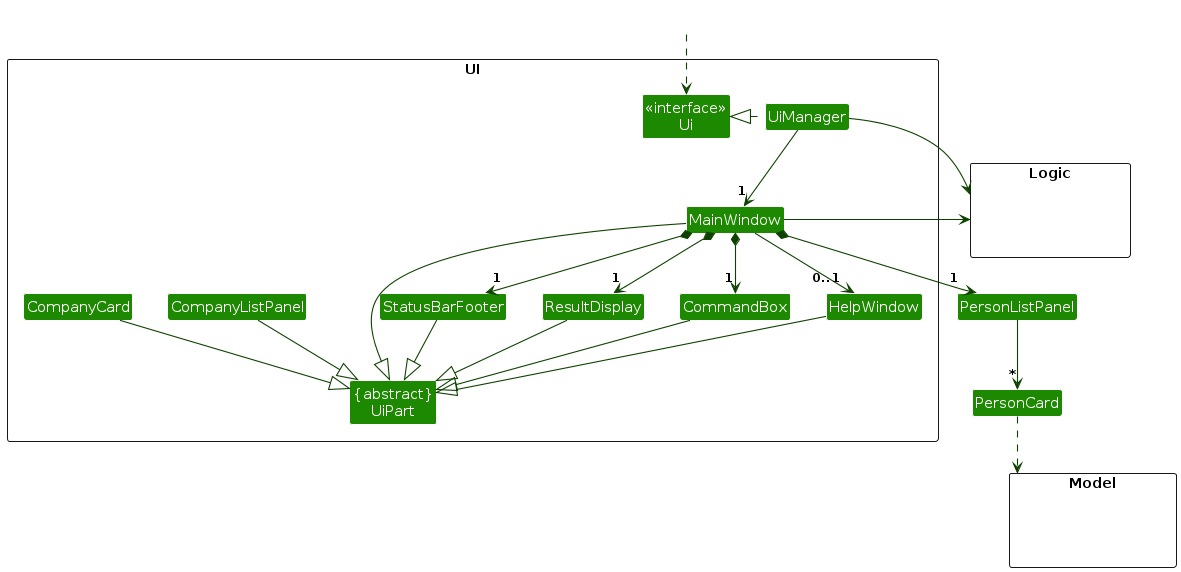
Above: diagrams/UiClassDiagram.png in AY2425S1-CS2103T-F10-4/tp (PlantUML), before the change. Its source is kept beside it as diagrams/UiClassDiagram.puml. Its diagram source:
```plantuml
@startuml
!include style.puml
skinparam arrowThickness 1.1
skinparam arrowColor UI_COLOR_T4
skinparam classBackgroundColor UI_COLOR

package UI <<Rectangle>>{
Class "<<interface>>\nUi" as Ui
Class "{abstract}\nUiPart" as UiPart
Class UiManager
Class MainWindow
Class HelpWindow
Class ResultDisplay
Class CompanyListPanel
Class CompanyCard
Class StatusBarFooter
Class CommandBox
}

package Model <<Rectangle>> {
Class HiddenModel #FFFFFF
}

package Logic <<Rectangle>> {
Class HiddenLogic #FFFFFF
}

Class HiddenOutside #FFFFFF
HiddenOutside ..> Ui

UiManager .left.|> Ui
UiManager -down-> "1" MainWindow
MainWindow *-down->  "1" CommandBox
MainWindow *-down-> "1" ResultDisplay
MainWindow *-down-> "1" PersonListPanel
MainWindow *-down-> "1" StatusBarFooter
MainWindow --> "0..1" HelpWindow

PersonListPanel -down-> "*" PersonCard

MainWindow -left-|> UiPart

ResultDisplay --|> UiPart
CommandBox --|> UiPart
CompanyListPanel --|> UiPart
CompanyCard --|> UiPart
StatusBarFooter --|> UiPart
HelpWindow --|> UiPart

PersonCard ..> Model
UiManager -right-> Logic
MainWindow -left-> Logic

PersonListPanel -[hidden]left- HelpWindow
HelpWindow -[hidden]left- CommandBox
CommandBox -[hidden]left- ResultDisplay
ResultDisplay -[hidden]left- StatusBarFooter

MainWindow -[hidden]-|> UiPart
@enduml
```
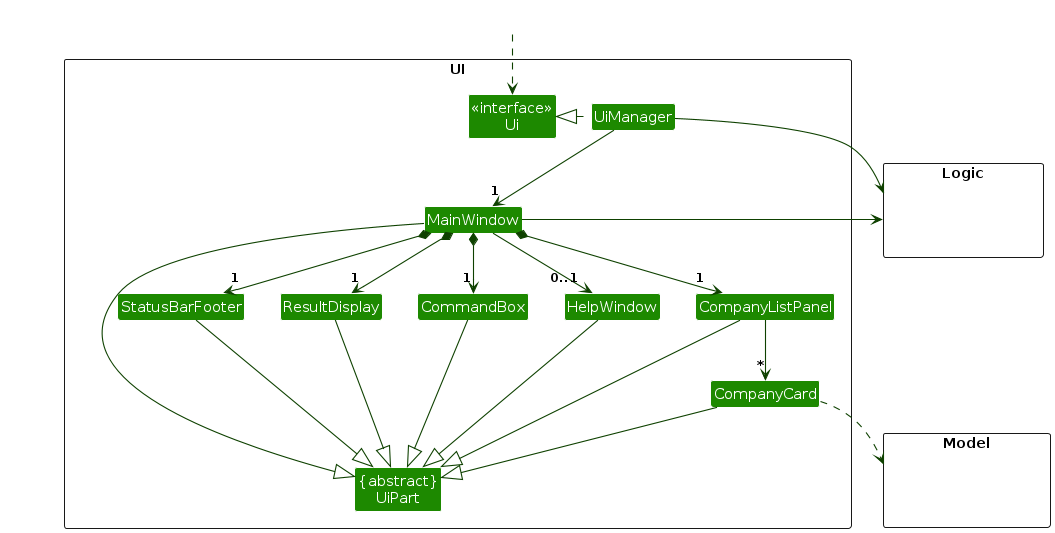
After the change.

What changed in the source:
```diff
@@ -32,11 +32,11 @@
 UiManager -down-> "1" MainWindow
 MainWindow *-down->  "1" CommandBox
 MainWindow *-down-> "1" ResultDisplay
-MainWindow *-down-> "1" PersonListPanel
+MainWindow *-down-> "1" CompanyListPanel
 MainWindow *-down-> "1" StatusBarFooter
 MainWindow --> "0..1" HelpWindow
 
-PersonListPanel -down-> "*" PersonCard
+CompanyListPanel -down-> "*" CompanyCard
 
 MainWindow -left-|> UiPart
 
@@ -47,11 +47,11 @@
 StatusBarFooter --|> UiPart
 HelpWindow --|> UiPart
 
-PersonCard ..> Model
+CompanyCard ..> Model
 UiManager -right-> Logic
 MainWindow -left-> Logic
 
-PersonListPanel -[hidden]left- HelpWindow
+CompanyListPanel -[hidden]left- HelpWindow
 HelpWindow -[hidden]left- CommandBox
 CommandBox -[hidden]left- ResultDisplay
 ResultDisplay -[hidden]left- StatusBarFooter
```
